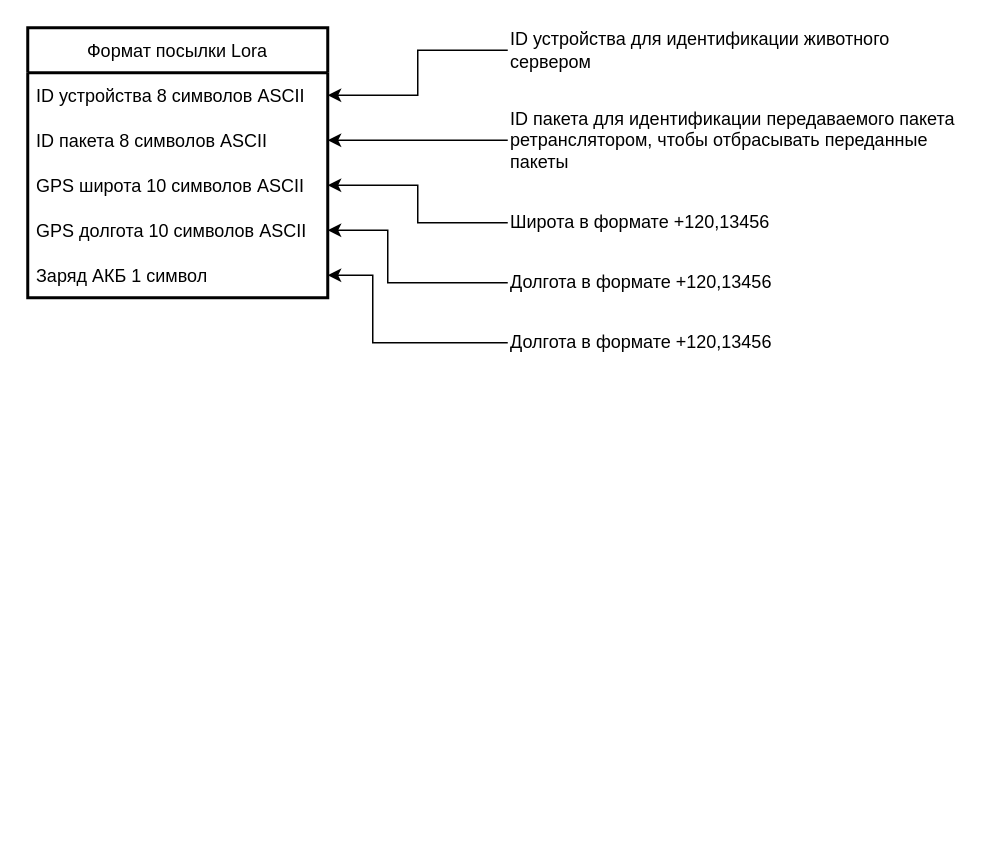
Above: doc/Common/Формат пакета LoRa.drawio in Kvenecusghost/Peggy (draw.io), before the change. Source tidied: cells renumbered, new cells numbered last; positions are measured from the earlier drawing's top-left corner, leaving out a move shared by most shapes. Both pictures are drawn from the tidied source at 150%, with x=0, y=0 at pixel (27, 27).
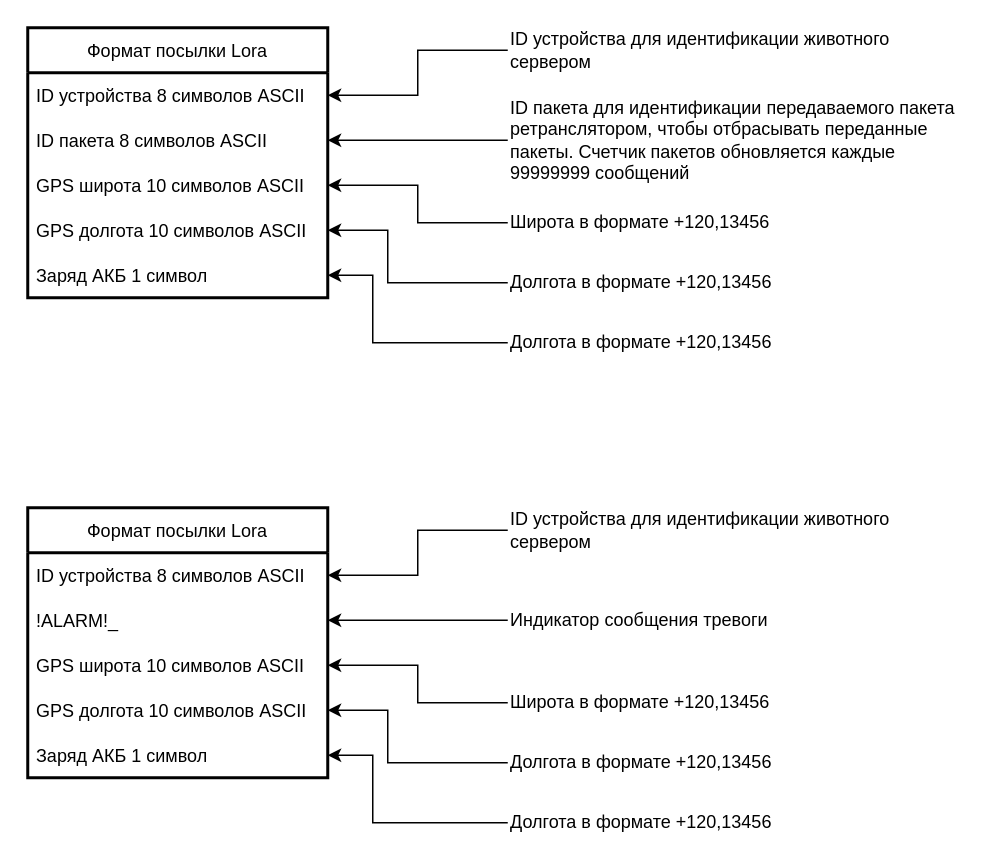
Above is the later version.

Commit message (it also covers changes not shown here):
Функциональный требования к ПО Peggy Tracker

Change to the diagram source:
```diff
@@
-    <mxCell id="11" value="ID пакета для идентификации передаваемого пакета ретранслятором, чтобы отбрасывать переданные пакеты" style="text;html=1;strokeColor=none;fillColor=none;align=left;verticalAlign=middle;whiteSpace=wrap;rounded=0;" parent="1" vertex="1">
+    <mxCell id="11" value="ID пакета для идентификации передаваемого пакета ретранслятором, чтобы отбрасывать переданные пакеты. Счетчик пакетов обновляется каждые 99999999 сообщений" style="text;html=1;strokeColor=none;fillColor=none;align=left;verticalAlign=middle;whiteSpace=wrap;rounded=0;" parent="1" vertex="1">
       <mxGeometry x="320" y="45" width="300" height="60" as="geometry" />
     </mxCell>
@@
+    <mxCell id="18" value="Формат посылки Lora" style="swimlane;fontStyle=0;horizontal=1;startSize=30;labelBackgroundColor=#FFFFFF;strokeWidth=2;" parent="1" vertex="1">
+      <mxGeometry y="320" width="200" height="180" as="geometry" />
+    </mxCell>
+    <mxCell id="19" value="ID устройства 8 символов ASCII" style="text;strokeColor=none;fillColor=none;align=left;verticalAlign=middle;spacingLeft=4;spacingRight=4;overflow=hidden;points=[[0,0.5],[1,0.5]];portConstraint=eastwest;labelBackgroundColor=#FFFFFF;" parent="18" vertex="1">
+      <mxGeometry y="30" width="200" height="30" as="geometry" />
+    </mxCell>
+    <mxCell id="20" value="!ALARM!_" style="text;strokeColor=none;fillColor=none;align=left;verticalAlign=middle;spacingLeft=4;spacingRight=4;overflow=hidden;points=[[0,0.5],[1,0.5]];portConstraint=eastwest;labelBackgroundColor=#FFFFFF;" parent="18" vertex="1">
+      <mxGeometry y="60" width="200" height="30" as="geometry" />
+    </mxCell>
+    <mxCell id="21" value="GPS широта 10 символов ASCII" style="text;strokeColor=none;fillColor=none;align=left;verticalAlign=middle;spacingLeft=4;spacingRight=4;overflow=hidden;points=[[0,0.5],[1,0.5]];portConstraint=eastwest;labelBackgroundColor=#FFFFFF;" parent="18" vertex="1">
+      <mxGeometry y="90" width="200" height="30" as="geometry" />
+    </mxCell>
+    <mxCell id="22" value="GPS долгота 10 символов ASCII" style="text;strokeColor=none;fillColor=none;align=left;verticalAlign=middle;spacingLeft=4;spacingRight=4;overflow=hidden;points=[[0,0.5],[1,0.5]];portConstraint=eastwest;labelBackgroundColor=#FFFFFF;" parent="18" vertex="1">
+      <mxGeometry y="120" width="200" height="30" as="geometry" />
+    </mxCell>
+    <mxCell id="23" value="Заряд АКБ 1 символ" style="text;strokeColor=none;fillColor=none;align=left;verticalAlign=middle;spacingLeft=4;spacingRight=4;overflow=hidden;points=[[0,0.5],[1,0.5]];portConstraint=eastwest;labelBackgroundColor=#FFFFFF;" parent="18" vertex="1">
+      <mxGeometry y="150" width="200" height="30" as="geometry" />
+    </mxCell>
+    <mxCell id="24" style="edgeStyle=orthogonalEdgeStyle;rounded=0;jettySize=auto;html=1;" parent="1" edge="1" source="25" target="19">
+      <mxGeometry relative="1" as="geometry" />
+    </mxCell>
+    <mxCell id="25" value="ID устройства для идентификации животного сервером" style="text;html=1;strokeColor=none;fillColor=none;align=left;verticalAlign=middle;whiteSpace=wrap;rounded=0;" parent="1" vertex="1">
+      <mxGeometry x="320" y="320" width="300" height="30" as="geometry" />
+    </mxCell>
+    <mxCell id="26" style="edgeStyle=orthogonalEdgeStyle;rounded=0;jettySize=auto;html=1;" parent="1" edge="1" source="27" target="20">
+      <mxGeometry relative="1" as="geometry" />
+    </mxCell>
+    <mxCell id="27" value="Индикатор сообщения тревоги" style="text;html=1;strokeColor=none;fillColor=none;align=left;verticalAlign=middle;whiteSpace=wrap;rounded=0;" parent="1" vertex="1">
+      <mxGeometry x="320" y="365" width="300" height="60" as="geometry" />
+    </mxCell>
+    <mxCell id="28" style="edgeStyle=orthogonalEdgeStyle;rounded=0;jettySize=auto;html=1;" parent="1" edge="1" source="29" target="21">
+      <mxGeometry relative="1" as="geometry" />
+    </mxCell>
+    <mxCell id="29" value="Широта в формате +120,13456" style="text;html=1;strokeColor=none;fillColor=none;align=left;verticalAlign=middle;whiteSpace=wrap;rounded=0;" parent="1" vertex="1">
+      <mxGeometry x="320" y="440" width="300" height="20" as="geometry" />
+    </mxCell>
+    <mxCell id="30" style="edgeStyle=orthogonalEdgeStyle;rounded=0;jettySize=auto;html=1;exitX=0;exitY=0.5;exitDx=0;exitDy=0;" parent="1" edge="1" source="31" target="22">
+      <mxGeometry relative="1" as="geometry">
+        <Array as="points">
+          <mxPoint x="240" y="490" />
+          <mxPoint x="240" y="455" />
+        </Array>
+      </mxGeometry>
+    </mxCell>
+    <mxCell id="31" value="Долгота в формате +120,13456" style="text;html=1;strokeColor=none;fillColor=none;align=left;verticalAlign=middle;whiteSpace=wrap;rounded=0;" parent="1" vertex="1">
+      <mxGeometry x="320" y="480" width="300" height="20" as="geometry" />
+    </mxCell>
+    <mxCell id="32" style="edgeStyle=orthogonalEdgeStyle;rounded=0;jettySize=auto;html=1;exitX=0;exitY=0.5;exitDx=0;exitDy=0;entryX=1;entryY=0.5;entryDx=0;entryDy=0;" parent="1" edge="1" source="33" target="23">
+      <mxGeometry relative="1" as="geometry">
+        <Array as="points">
+          <mxPoint x="230" y="530" />
+          <mxPoint x="230" y="485" />
+        </Array>
+      </mxGeometry>
+    </mxCell>
+    <mxCell id="33" value="Долгота в формате +120,13456" style="text;html=1;strokeColor=none;fillColor=none;align=left;verticalAlign=middle;whiteSpace=wrap;rounded=0;" parent="1" vertex="1">
+      <mxGeometry x="320" y="520" width="300" height="20" as="geometry" />
+    </mxCell>
```
